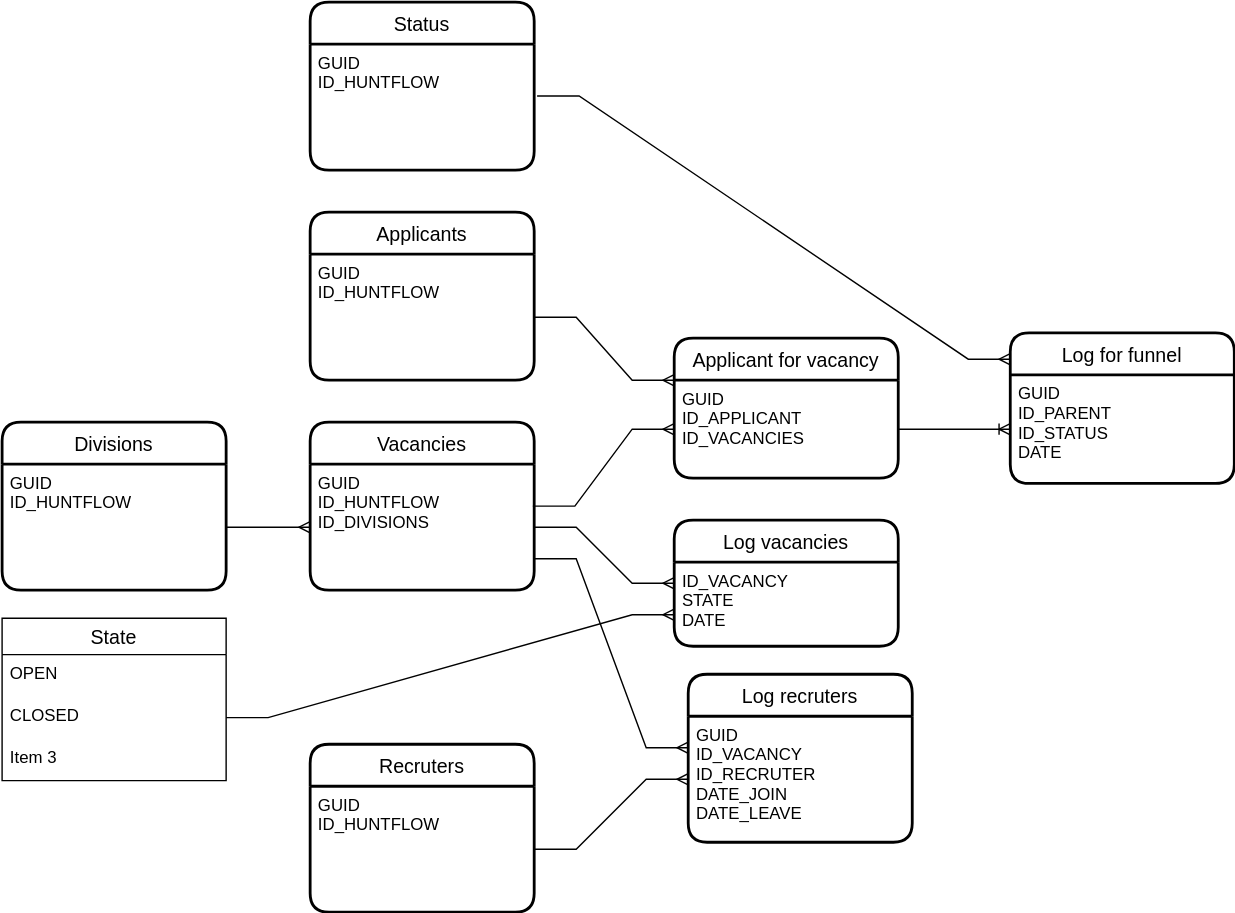
This is er.drawio.svg from Rikanda/for_admitad, a draw.io export, as it was before one commit. Source tidied: cells renumbered, new cells last; positions are measured from the earlier drawing's top-left corner, leaving out a move shared by most shapes.
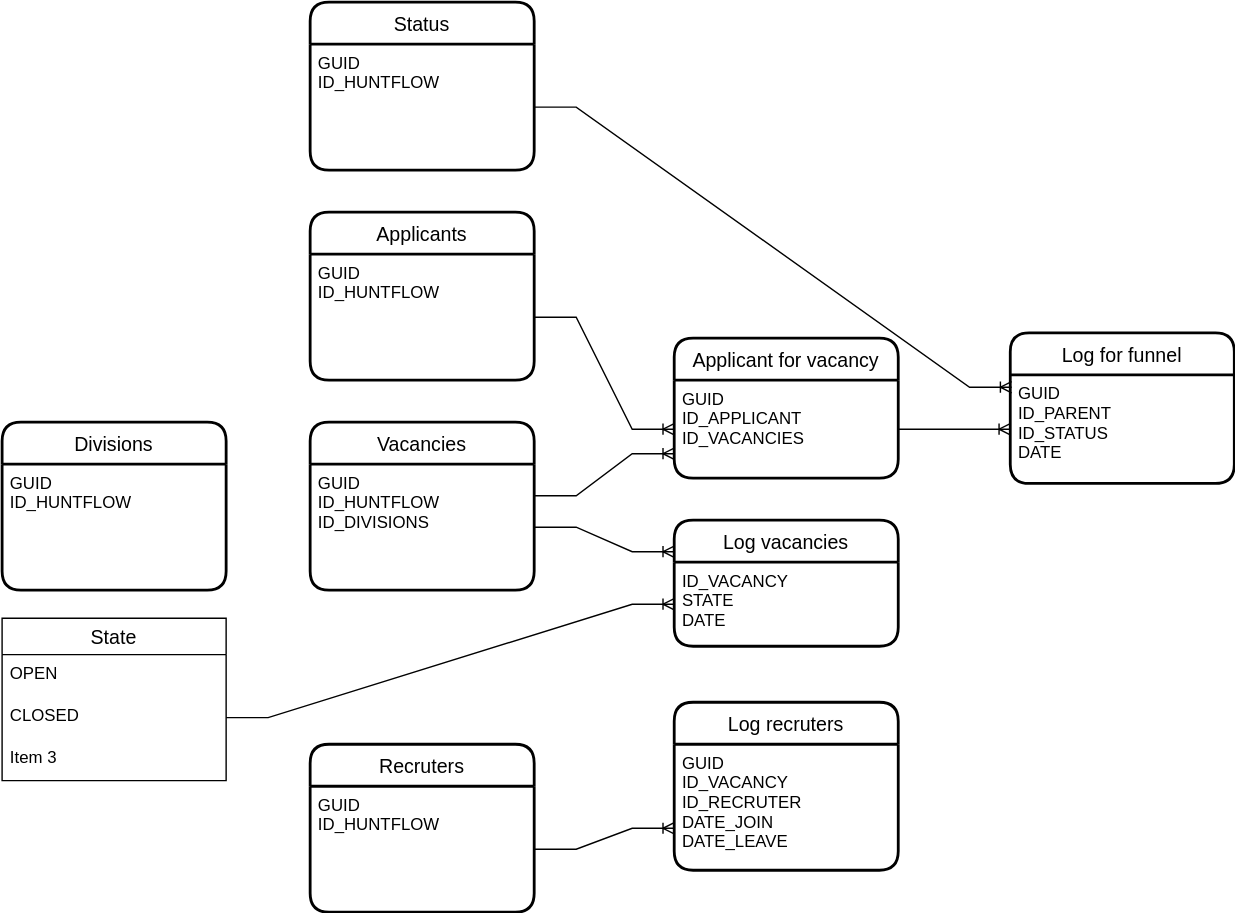
After the commit.

What changed in the source:
```diff
@@ -57,7 +57,7 @@
       <mxGeometry y="30" width="160" height="77.5" as="geometry" />
     </mxCell>
     <mxCell id="20" value="Log recruters" style="swimlane;horizontal=1;startSize=30;rounded=1;fontSize=14;fontStyle=0;strokeWidth=2;shadow=0;dashed=0;align=center;" parent="1" vertex="1">
-      <mxGeometry x="490" y="480" width="160" height="120" as="geometry" />
+      <mxGeometry x="480" y="500" width="160" height="120" as="geometry" />
     </mxCell>
     <mxCell id="21" value="GUID&#10;ID_VACANCY&#10;ID_RECRUTER&#10;DATE_JOIN&#10;DATE_LEAVE" style="align=left;strokeColor=none;fillColor=none;spacingLeft=4;fontSize=12;verticalAlign=top;" parent="20" vertex="1">
       <mxGeometry y="30" width="160" height="90" as="geometry" />
@@ -65,37 +65,29 @@
     <mxCell id="22" style="edgeStyle=entityRelationEdgeStyle;fontSize=12;html=1;endArrow=ERoneToMany;rounded=0;exitX=1;exitY=0.5;exitDx=0;exitDy=0;" parent="1" edge="1" source="17" target="19">
       <mxGeometry relative="1" as="geometry" />
     </mxCell>
-    <mxCell id="23" style="edgeStyle=entityRelationEdgeStyle;fontSize=12;html=1;endArrow=ERmany;rounded=0;exitX=0.994;exitY=0.333;exitDx=0;exitDy=0;exitPerimeter=0;entryX=0;entryY=0.5;entryDx=0;entryDy=0;" parent="1" edge="1" source="5" target="17">
-      <mxGeometry relative="1" as="geometry" />
-    </mxCell>
-    <mxCell id="24" style="edgeStyle=entityRelationEdgeStyle;fontSize=12;html=1;endArrow=ERmany;rounded=0;entryX=0;entryY=0;entryDx=0;entryDy=0;" parent="1" edge="1" source="3" target="17">
-      <mxGeometry relative="1" as="geometry" />
-    </mxCell>
-    <mxCell id="25" style="edgeStyle=entityRelationEdgeStyle;fontSize=12;html=1;endArrow=ERmany;rounded=0;exitX=1.013;exitY=0.411;exitDx=0;exitDy=0;exitPerimeter=0;" parent="1" edge="1" source="11">
-      <mxGeometry relative="1" as="geometry">
-        <mxPoint x="720" y="255" as="targetPoint" />
-      </mxGeometry>
-    </mxCell>
     <mxCell id="26" value="Log vacancies" style="swimlane;horizontal=1;startSize=30;rounded=1;fontSize=14;fontStyle=0;strokeWidth=2;shadow=0;dashed=0;align=center;" parent="1" vertex="1">
       <mxGeometry x="480" y="370" width="160" height="90" as="geometry" />
     </mxCell>
     <mxCell id="27" value="ID_VACANCY&#10;STATE&#10;DATE" style="align=left;strokeColor=none;fillColor=none;spacingLeft=4;fontSize=12;verticalAlign=top;" parent="26" vertex="1">
       <mxGeometry y="30" width="160" height="60" as="geometry" />
     </mxCell>
-    <mxCell id="28" style="edgeStyle=entityRelationEdgeStyle;fontSize=12;html=1;endArrow=ERmany;rounded=0;entryX=0;entryY=0.25;entryDx=0;entryDy=0;" parent="1" edge="1" source="5" target="27">
-      <mxGeometry relative="1" as="geometry" />
-    </mxCell>
-    <mxCell id="29" style="edgeStyle=entityRelationEdgeStyle;fontSize=12;html=1;endArrow=ERmany;rounded=0;exitX=1;exitY=0.75;exitDx=0;exitDy=0;entryX=0;entryY=0.25;entryDx=0;entryDy=0;" parent="1" edge="1" source="5" target="21">
-      <mxGeometry relative="1" as="geometry" />
-    </mxCell>
-    <mxCell id="30" style="edgeStyle=entityRelationEdgeStyle;fontSize=12;html=1;endArrow=ERmany;rounded=0;exitX=1;exitY=0.5;exitDx=0;exitDy=0;entryX=0;entryY=0.5;entryDx=0;entryDy=0;" parent="1" edge="1" source="7" target="21">
-      <mxGeometry relative="1" as="geometry" />
-    </mxCell>
-    <mxCell id="31" style="edgeStyle=entityRelationEdgeStyle;fontSize=12;html=1;endArrow=ERmany;rounded=0;exitX=1;exitY=0.5;exitDx=0;exitDy=0;entryX=0;entryY=0.5;entryDx=0;entryDy=0;" parent="1" edge="1" source="9" target="5">
-      <mxGeometry relative="1" as="geometry" />
-    </mxCell>
-    <mxCell id="32" style="edgeStyle=entityRelationEdgeStyle;fontSize=12;html=1;endArrow=ERmany;rounded=0;exitX=1;exitY=0.5;exitDx=0;exitDy=0;entryX=0;entryY=0.75;entryDx=0;entryDy=0;" parent="1" edge="1" source="14" target="26">
-      <mxGeometry relative="1" as="geometry" />
-    </mxCell>
+    <mxCell id="33" style="edgeStyle=entityRelationEdgeStyle;fontSize=12;html=1;endArrow=ERoneToMany;rounded=0;entryX=0;entryY=0.75;entryDx=0;entryDy=0;" parent="1" edge="1" source="7" target="20">
+      <mxGeometry relative="1" as="geometry" />
+    </mxCell>
+    <mxCell id="34" style="edgeStyle=entityRelationEdgeStyle;fontSize=12;html=1;endArrow=ERoneToMany;rounded=0;entryX=0;entryY=0.5;entryDx=0;entryDy=0;" parent="1" edge="1" source="14" target="27">
+      <mxGeometry relative="1" as="geometry" />
+    </mxCell>
+    <mxCell id="35" style="edgeStyle=entityRelationEdgeStyle;fontSize=12;html=1;endArrow=ERoneToMany;rounded=0;exitX=1;exitY=0.5;exitDx=0;exitDy=0;entryX=0.006;entryY=0.113;entryDx=0;entryDy=0;entryPerimeter=0;" parent="1" edge="1" source="11" target="19">
+      <mxGeometry relative="1" as="geometry" />
+    </mxCell>
+    <mxCell id="24" style="edgeStyle=entityRelationEdgeStyle;fontSize=12;html=1;endArrow=ERoneToMany;rounded=0;exitX=1;exitY=0.5;exitDx=0;exitDy=0;" parent="1" edge="1" source="3" target="17">
+      <mxGeometry relative="1" as="geometry" />
+    </mxCell>
+    <mxCell id="36" style="edgeStyle=entityRelationEdgeStyle;fontSize=12;html=1;endArrow=ERoneToMany;rounded=0;exitX=1;exitY=0.5;exitDx=0;exitDy=0;entryX=0;entryY=0.25;entryDx=0;entryDy=0;" parent="1" edge="1" source="5" target="26">
+      <mxGeometry relative="1" as="geometry" />
+    </mxCell>
+    <mxCell id="23" style="edgeStyle=entityRelationEdgeStyle;fontSize=12;html=1;endArrow=ERoneToMany;rounded=0;exitX=1;exitY=0.25;exitDx=0;exitDy=0;entryX=0;entryY=0.75;entryDx=0;entryDy=0;" parent="1" edge="1" source="5" target="17">
+      <mxGeometry relative="1" as="geometry" />
+    </mxCell>
   </root>
 </mxGraphModel>
```
